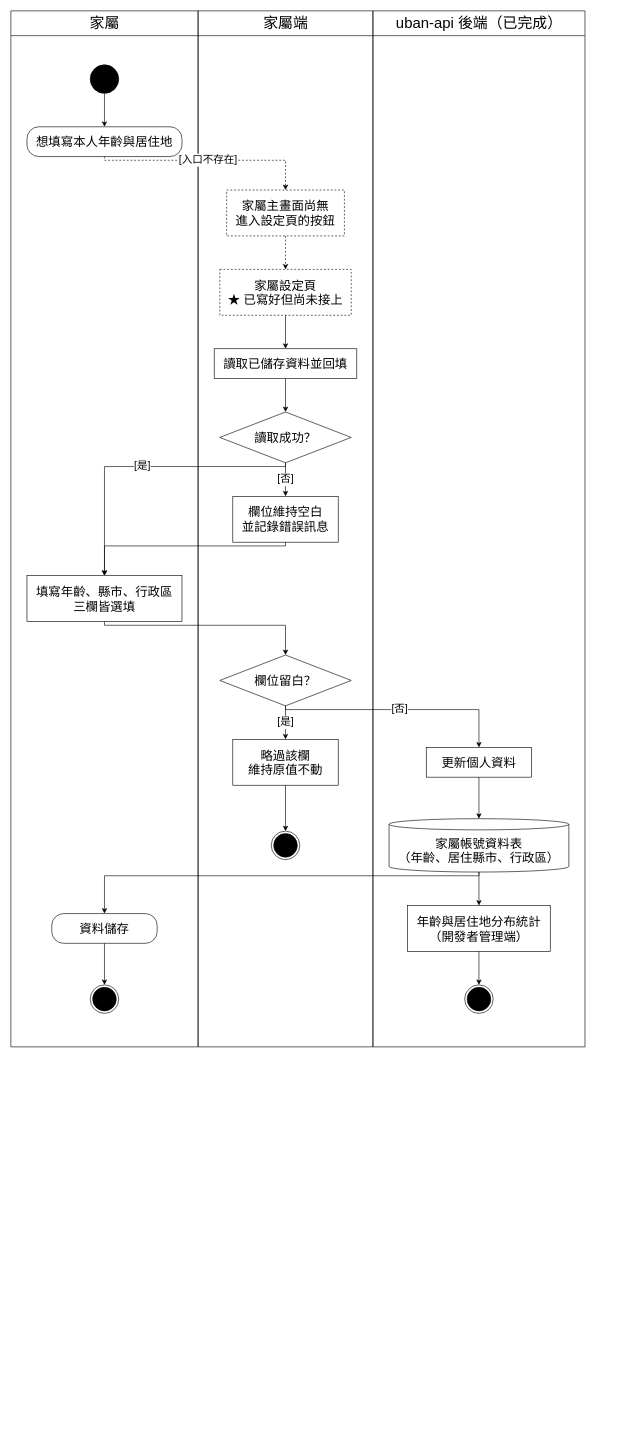
HuangYu-Kai/Uban keeps this draw.io diagram as Uban System Documents/drawio圖/A22-個人資料（家屬）.drawio. Above is the earlier version. Source tidied: cells renumbered, new cells numbered last; positions are measured from the earlier drawing's top-left corner, leaving out a move shared by most shapes. Both pictures are drawn from the tidied source at 62%, with x=0, y=0 at pixel (11, 11).
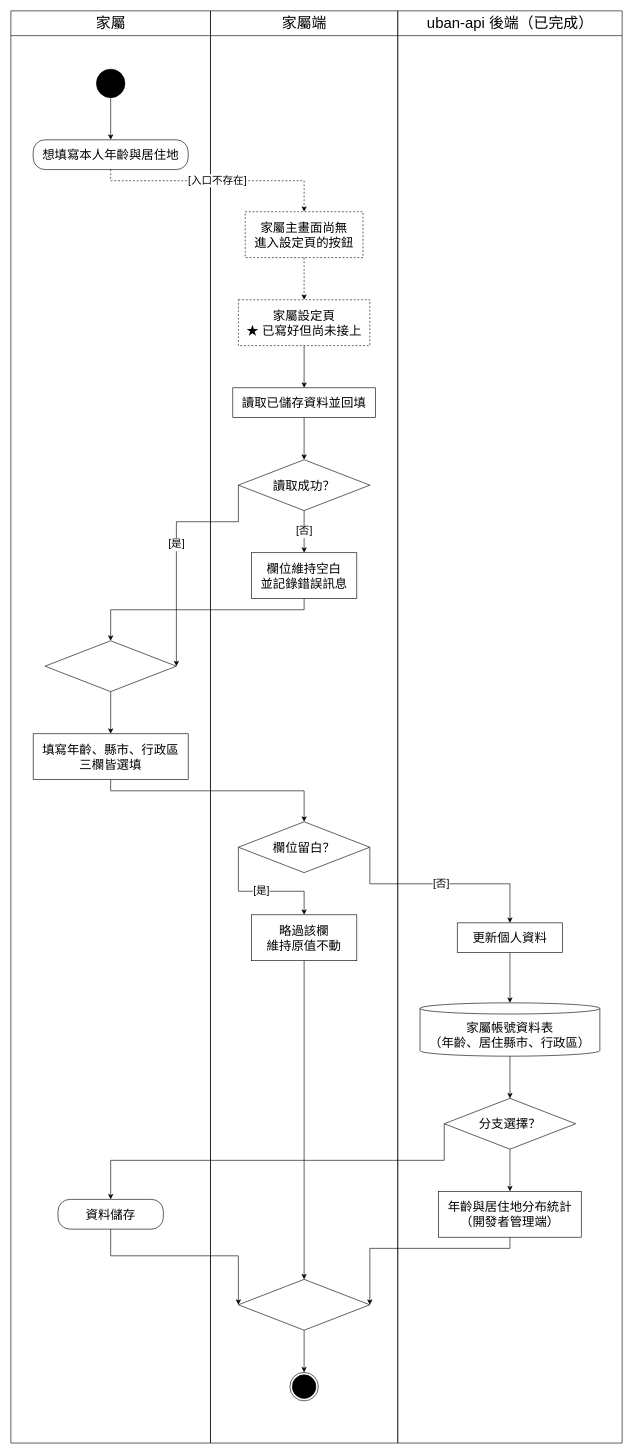
After the change.

What changed in the source:
```diff
@@
     <mxCell id="2" value="家屬" style="swimlane;html=1;horizontal=1;startSize=40;fillColor=none;strokeColor=#000000;fontSize=24;fontColor=#000000;fontStyle=0;swimlaneFillColor=none;" parent="1" vertex="1">
-      <mxGeometry width="302" height="1671" as="geometry" />
+      <mxGeometry width="322" height="2310" as="geometry" />
     </mxCell>
     <mxCell id="3" value="家屬端" style="swimlane;html=1;horizontal=1;startSize=40;fillColor=none;strokeColor=#000000;fontSize=24;fontColor=#000000;fontStyle=0;swimlaneFillColor=none;" parent="1" vertex="1">
-      <mxGeometry x="302" width="282" height="1671" as="geometry" />
+      <mxGeometry x="322" width="302" height="2310" as="geometry" />
     </mxCell>
     <mxCell id="4" value="uban-api 後端（已完成）" style="swimlane;html=1;horizontal=1;startSize=40;fillColor=none;strokeColor=#000000;fontSize=24;fontColor=#000000;fontStyle=0;swimlaneFillColor=none;" parent="1" vertex="1">
-      <mxGeometry x="584" width="342" height="1671" as="geometry" />
+      <mxGeometry x="624" width="362" height="2310" as="geometry" />
     </mxCell>
     <mxCell id="5" style="ellipse;html=1;fillColor=#000000;strokeColor=#000000;" parent="2" vertex="1">
-      <mxGeometry x="128" y="87" width="46" height="46" as="geometry" />
+      <mxGeometry x="138" y="94" width="46" height="46" as="geometry" />
     </mxCell>
     <mxCell id="6" value="想填寫本人年齡與居住地" style="rounded=1;arcSize=40;whiteSpace=wrap;html=1;fillColor=#FFFFFF;strokeColor=#000000;fontSize=20;fontColor=#000000;" parent="2" vertex="1">
-      <mxGeometry x="26" y="187" width="250" height="48" as="geometry" />
+      <mxGeometry x="36" y="208" width="250" height="48" as="geometry" />
     </mxCell>
     <mxCell id="7" value="填寫年齡、縣市、行政區&lt;br&gt;三欄皆選填" style="rounded=0;whiteSpace=wrap;html=1;fillColor=#FFFFFF;strokeColor=#000000;fontSize=20;fontColor=#000000;" parent="2" vertex="1">
-      <mxGeometry x="26" y="911" width="250" height="74" as="geometry" />
+      <mxGeometry x="36" y="1166" width="250" height="74" as="geometry" />
     </mxCell>
     <mxCell id="8" value="資料儲存" style="rounded=1;arcSize=40;whiteSpace=wrap;html=1;fillColor=#FFFFFF;strokeColor=#000000;fontSize=20;fontColor=#000000;" parent="2" vertex="1">
-      <mxGeometry x="66" y="1456" width="170" height="48" as="geometry" />
+      <mxGeometry x="76" y="1917" width="170" height="48" as="geometry" />
     </mxCell>
-    <mxCell id="9" style="ellipse;html=1;shape=endState;fillColor=#000000;strokeColor=#000000;" parent="2" vertex="1">
-      <mxGeometry x="128" y="1571" width="46" height="46" as="geometry" />
-    </mxCell>
+    <mxCell id="39" style="rhombus;whiteSpace=wrap;html=1;fillColor=#FFFFFF;strokeColor=#000000;fontSize=20;fontColor=#000000;" parent="2" vertex="1">
+      <mxGeometry x="55" y="1016" width="212" height="82" as="geometry" />
+    </mxCell>
     <mxCell id="10" value="家屬主畫面尚無&lt;br&gt;進入設定頁的按鈕" style="rounded=0;whiteSpace=wrap;html=1;fillColor=#FFFFFF;strokeColor=#000000;fontSize=20;fontColor=#000000;dashed=1;" parent="3" vertex="1">
-      <mxGeometry x="46" y="289" width="190" height="74" as="geometry" />
+      <mxGeometry x="56" y="324" width="190" height="74" as="geometry" />
     </mxCell>
     <mxCell id="11" value="家屬設定頁&lt;br&gt;★ 已寫好但尚未接上" style="rounded=0;whiteSpace=wrap;html=1;fillColor=#FFFFFF;strokeColor=#000000;fontSize=20;fontColor=#000000;dashed=1;" parent="3" vertex="1">
-      <mxGeometry x="35" y="417" width="212" height="74" as="geometry" />
+      <mxGeometry x="45" y="466" width="212" height="74" as="geometry" />
     </mxCell>
     <mxCell id="12" value="讀取已儲存資料並回填" style="rounded=0;whiteSpace=wrap;html=1;fillColor=#FFFFFF;strokeColor=#000000;fontSize=20;fontColor=#000000;" parent="3" vertex="1">
-      <mxGeometry x="26" y="545" width="230" height="48" as="geometry" />
+      <mxGeometry x="36" y="608" width="230" height="48" as="geometry" />
     </mxCell>
     <mxCell id="13" value="讀取成功？" style="rhombus;whiteSpace=wrap;html=1;fillColor=#FFFFFF;strokeColor=#000000;fontSize=20;fontColor=#000000;" parent="3" vertex="1">
-      <mxGeometry x="35" y="647" width="212" height="82" as="geometry" />
+      <mxGeometry x="45" y="724" width="212" height="82" as="geometry" />
     </mxCell>
     <mxCell id="14" value="欄位維持空白&lt;br&gt;並記錄錯誤訊息" style="rounded=0;whiteSpace=wrap;html=1;fillColor=#FFFFFF;strokeColor=#000000;fontSize=20;fontColor=#000000;" parent="3" vertex="1">
-      <mxGeometry x="56" y="783" width="170" height="74" as="geometry" />
+      <mxGeometry x="66" y="874" width="170" height="74" as="geometry" />
     </mxCell>
     <mxCell id="15" value="欄位留白？" style="rhombus;whiteSpace=wrap;html=1;fillColor=#FFFFFF;strokeColor=#000000;fontSize=20;fontColor=#000000;" parent="3" vertex="1">
-      <mxGeometry x="35" y="1039" width="212" height="82" as="geometry" />
+      <mxGeometry x="45" y="1308" width="212" height="82" as="geometry" />
     </mxCell>
     <mxCell id="16" value="略過該欄&lt;br&gt;維持原值不動" style="rounded=0;whiteSpace=wrap;html=1;fillColor=#FFFFFF;strokeColor=#000000;fontSize=20;fontColor=#000000;" parent="3" vertex="1">
-      <mxGeometry x="56" y="1175" width="170" height="74" as="geometry" />
+      <mxGeometry x="66" y="1458" width="170" height="74" as="geometry" />
     </mxCell>
-    <mxCell id="17" style="ellipse;html=1;shape=endState;fillColor=#000000;strokeColor=#000000;" parent="3" vertex="1">
-      <mxGeometry x="118" y="1323" width="46" height="46" as="geometry" />
-    </mxCell>
+    <mxCell id="40" style="rhombus;whiteSpace=wrap;html=1;fillColor=#FFFFFF;strokeColor=#000000;fontSize=20;fontColor=#000000;" parent="3" vertex="1">
+      <mxGeometry x="45" y="2046" width="212" height="82" as="geometry" />
+    </mxCell>
+    <mxCell id="41" style="ellipse;html=1;shape=endState;fillColor=#000000;strokeColor=#000000;" parent="3" vertex="1">
+      <mxGeometry x="128" y="2196" width="46" height="46" as="geometry" />
+    </mxCell>
     <mxCell id="18" value="更新個人資料" style="rounded=0;whiteSpace=wrap;html=1;fillColor=#FFFFFF;strokeColor=#000000;fontSize=20;fontColor=#000000;" parent="4" vertex="1">
-      <mxGeometry x="86" y="1188" width="170" height="48" as="geometry" />
+      <mxGeometry x="96" y="1471" width="170" height="48" as="geometry" />
     </mxCell>
     <mxCell id="19" value="家屬帳號資料表&lt;br&gt;（年齡、居住縣市、行政區）" style="shape=cylinder3;boundedLbl=1;backgroundOutline=1;size=9;whiteSpace=wrap;html=1;fillColor=#FFFFFF;strokeColor=#000000;fontSize=20;fontColor=#000000;" parent="4" vertex="1">
-      <mxGeometry x="26" y="1303" width="290" height="86" as="geometry" />
+      <mxGeometry x="36" y="1600" width="290" height="86" as="geometry" />
     </mxCell>
     <mxCell id="20" value="年齡與居住地分布統計&lt;br&gt;（開發者管理端）" style="rounded=0;whiteSpace=wrap;html=1;fillColor=#FFFFFF;strokeColor=#000000;fontSize=20;fontColor=#000000;" parent="4" vertex="1">
-      <mxGeometry x="56" y="1443" width="230" height="74" as="geometry" />
+      <mxGeometry x="66" y="1904" width="230" height="74" as="geometry" />
     </mxCell>
-    <mxCell id="21" style="ellipse;html=1;shape=endState;fillColor=#000000;strokeColor=#000000;" parent="4" vertex="1">
-      <mxGeometry x="148" y="1571" width="46" height="46" as="geometry" />
-    </mxCell>
+    <mxCell id="42" value="分支選擇？" style="rhombus;whiteSpace=wrap;html=1;fillColor=#FFFFFF;strokeColor=#000000;fontSize=20;fontColor=#000000;" parent="4" vertex="1">
+      <mxGeometry x="75" y="1754" width="212" height="82" as="geometry" />
+    </mxCell>
@@
     <mxCell id="23" value="[入口不存在]" style="edgeStyle=none;rounded=0;html=1;strokeColor=#000000;fontSize=17;fontColor=#000000;labelBackgroundColor=#FFFFFF;endArrow=classic;endFill=1;exitPerimeter=0;entryPerimeter=0;dashed=1;exitX=0.5;exitY=1;exitDx=0;exitDy=0;entryX=0.5;entryY=0;entryDx=0;entryDy=0;" parent="1" edge="1" source="6" target="10">
       <mxGeometry relative="1" as="geometry">
         <Array as="points">
-          <mxPoint x="151" y="241" />
-          <mxPoint x="443" y="241" />
+          <mxPoint x="161" y="274" />
+          <mxPoint x="473" y="274" />
         </Array>
       </mxGeometry>
     </mxCell>
@@
-    <mxCell id="28" style="edgeStyle=none;rounded=0;html=1;strokeColor=#000000;fontSize=17;fontColor=#000000;labelBackgroundColor=#FFFFFF;endArrow=classic;endFill=1;exitPerimeter=0;entryPerimeter=0;exitX=0.5;exitY=1;exitDx=0;exitDy=0;entryX=0.5;entryY=0;entryDx=0;entryDy=0;" parent="1" edge="1" source="14" target="7">
+    <mxCell id="28" style="edgeStyle=none;rounded=0;html=1;strokeColor=#000000;fontSize=17;fontColor=#000000;labelBackgroundColor=#FFFFFF;endArrow=classic;endFill=1;exitPerimeter=0;entryPerimeter=0;exitX=0.5;exitY=1;exitDx=0;exitDy=0;entryX=0.5;entryY=0;entryDx=0;entryDy=0;" parent="1" edge="1" source="14" target="39">
       <mxGeometry relative="1" as="geometry">
         <Array as="points">
-          <mxPoint x="443" y="863" />
-          <mxPoint x="151" y="863" />
+          <mxPoint x="473" y="966" />
+          <mxPoint x="161" y="966" />
         </Array>
       </mxGeometry>
     </mxCell>
-    <mxCell id="29" value="[是]" style="edgeStyle=none;rounded=0;html=1;strokeColor=#000000;fontSize=17;fontColor=#000000;labelBackgroundColor=#FFFFFF;endArrow=classic;endFill=1;exitPerimeter=0;entryPerimeter=0;exitX=0.5;exitY=1;exitDx=0;exitDy=0;entryX=0.5;entryY=0;entryDx=0;entryDy=0;" parent="1" edge="1" source="13" target="7">
+    <mxCell id="29" value="[是]" style="edgeStyle=none;rounded=0;html=1;strokeColor=#000000;fontSize=17;fontColor=#000000;labelBackgroundColor=#FFFFFF;endArrow=classic;endFill=1;exitPerimeter=0;entryPerimeter=0;exitX=0;exitY=0.5;exitDx=0;exitDy=0;entryX=1;entryY=0.5;entryDx=0;entryDy=0;" parent="1" edge="1" source="13" target="39">
       <mxGeometry relative="1" as="geometry">
         <Array as="points">
-          <mxPoint x="443" y="735" />
-          <mxPoint x="151" y="735" />
+          <mxPoint x="367" y="824" />
+          <mxPoint x="267" y="824" />
         </Array>
       </mxGeometry>
     </mxCell>
     <mxCell id="30" style="edgeStyle=none;rounded=0;html=1;strokeColor=#000000;fontSize=17;fontColor=#000000;labelBackgroundColor=#FFFFFF;endArrow=classic;endFill=1;exitPerimeter=0;entryPerimeter=0;exitX=0.5;exitY=1;exitDx=0;exitDy=0;entryX=0.5;entryY=0;entryDx=0;entryDy=0;" parent="1" edge="1" source="7" target="15">
       <mxGeometry relative="1" as="geometry">
         <Array as="points">
-          <mxPoint x="151" y="991" />
-          <mxPoint x="443" y="991" />
+          <mxPoint x="161" y="1258" />
+          <mxPoint x="473" y="1258" />
         </Array>
       </mxGeometry>
     </mxCell>
-    <mxCell id="31" value="[是]" style="edgeStyle=none;rounded=0;html=1;strokeColor=#000000;fontSize=17;fontColor=#000000;labelBackgroundColor=#FFFFFF;endArrow=classic;endFill=1;exitPerimeter=0;entryPerimeter=0;exitX=0.5;exitY=1;exitDx=0;exitDy=0;entryX=0.5;entryY=0;entryDx=0;entryDy=0;" parent="1" edge="1" source="15" target="16">
-      <mxGeometry relative="1" as="geometry" />
+    <mxCell id="31" value="[是]" style="edgeStyle=none;rounded=0;html=1;strokeColor=#000000;fontSize=17;fontColor=#000000;labelBackgroundColor=#FFFFFF;endArrow=classic;endFill=1;exitPerimeter=0;entryPerimeter=0;exitX=0;exitY=0.5;exitDx=0;exitDy=0;entryX=0.5;entryY=0;entryDx=0;entryDy=0;" parent="1" edge="1" source="15" target="16">
+      <mxGeometry relative="1" as="geometry">
+        <Array as="points">
+          <mxPoint x="367" y="1420" />
+          <mxPoint x="473" y="1420" />
+        </Array>
+      </mxGeometry>
     </mxCell>
-    <mxCell id="32" value="[否]" style="edgeStyle=none;rounded=0;html=1;strokeColor=#000000;fontSize=17;fontColor=#000000;labelBackgroundColor=#FFFFFF;endArrow=classic;endFill=1;exitPerimeter=0;entryPerimeter=0;exitX=0.5;exitY=1;exitDx=0;exitDy=0;entryX=0.5;entryY=0;entryDx=0;entryDy=0;" parent="1" edge="1" source="15" target="18">
+    <mxCell id="32" value="[否]" style="edgeStyle=none;rounded=0;html=1;strokeColor=#000000;fontSize=17;fontColor=#000000;labelBackgroundColor=#FFFFFF;endArrow=classic;endFill=1;exitPerimeter=0;entryPerimeter=0;exitX=1;exitY=0.5;exitDx=0;exitDy=0;entryX=0.5;entryY=0;entryDx=0;entryDy=0;" parent="1" edge="1" source="15" target="18">
       <mxGeometry relative="1" as="geometry">
         <Array as="points">
-          <mxPoint x="443" y="1127" />
-          <mxPoint x="755" y="1127" />
+          <mxPoint x="579" y="1408" />
+          <mxPoint x="805" y="1408" />
         </Array>
       </mxGeometry>
     </mxCell>
@@
-    <mxCell id="34" style="edgeStyle=none;rounded=0;html=1;strokeColor=#000000;fontSize=17;fontColor=#000000;labelBackgroundColor=#FFFFFF;endArrow=classic;endFill=1;exitPerimeter=0;entryPerimeter=0;exitX=0.5;exitY=1;exitDx=0;exitDy=0;entryX=0.5;entryY=0;entryDx=0;entryDy=0;" parent="1" edge="1" source="19" target="8">
+    <mxCell id="34" style="edgeStyle=none;rounded=0;html=1;strokeColor=#000000;fontSize=17;fontColor=#000000;labelBackgroundColor=#FFFFFF;endArrow=classic;endFill=1;exitPerimeter=0;entryPerimeter=0;exitX=0;exitY=0.5;exitDx=0;exitDy=0;entryX=0.5;entryY=0;entryDx=0;entryDy=0;" parent="1" edge="1" source="42" target="8">
       <mxGeometry relative="1" as="geometry">
         <Array as="points">
-          <mxPoint x="755" y="1395" />
-          <mxPoint x="151" y="1395" />
+          <mxPoint x="699" y="1854" />
+          <mxPoint x="161" y="1854" />
         </Array>
       </mxGeometry>
     </mxCell>
-    <mxCell id="35" style="edgeStyle=none;rounded=0;html=1;strokeColor=#000000;fontSize=17;fontColor=#000000;labelBackgroundColor=#FFFFFF;endArrow=classic;endFill=1;exitPerimeter=0;entryPerimeter=0;exitX=0.5;exitY=1;exitDx=0;exitDy=0;entryX=0.5;entryY=0;entryDx=0;entryDy=0;" parent="1" edge="1" source="19" target="20">
+    <mxCell id="35" style="edgeStyle=none;rounded=0;html=1;strokeColor=#000000;fontSize=17;fontColor=#000000;labelBackgroundColor=#FFFFFF;endArrow=classic;endFill=1;exitPerimeter=0;entryPerimeter=0;exitX=0.5;exitY=1;exitDx=0;exitDy=0;entryX=0.5;entryY=0;entryDx=0;entryDy=0;" parent="1" edge="1" source="42" target="20">
       <mxGeometry relative="1" as="geometry" />
     </mxCell>
-    <mxCell id="36" style="edgeStyle=none;rounded=0;html=1;strokeColor=#000000;fontSize=17;fontColor=#000000;labelBackgroundColor=#FFFFFF;endArrow=classic;endFill=1;exitPerimeter=0;entryPerimeter=0;exitX=0.5;exitY=1;exitDx=0;exitDy=0;entryX=0.5;entryY=0;entryDx=0;entryDy=0;" parent="1" edge="1" source="8" target="9">
-      <mxGeometry relative="1" as="geometry" />
+    <mxCell id="36" style="edgeStyle=none;rounded=0;html=1;strokeColor=#000000;fontSize=17;fontColor=#000000;labelBackgroundColor=#FFFFFF;endArrow=classic;endFill=1;exitPerimeter=0;entryPerimeter=0;exitX=0.5;exitY=1;exitDx=0;exitDy=0;entryX=0;entryY=0.5;entryDx=0;entryDy=0;" parent="1" edge="1" source="8" target="40">
+      <mxGeometry relative="1" as="geometry">
+        <Array as="points">
+          <mxPoint x="161" y="2008" />
+          <mxPoint x="367" y="2008" />
+        </Array>
+      </mxGeometry>
     </mxCell>
-    <mxCell id="37" style="edgeStyle=none;rounded=0;html=1;strokeColor=#000000;fontSize=17;fontColor=#000000;labelBackgroundColor=#FFFFFF;endArrow=classic;endFill=1;exitPerimeter=0;entryPerimeter=0;exitX=0.5;exitY=1;exitDx=0;exitDy=0;entryX=0.5;entryY=0;entryDx=0;entryDy=0;" parent="1" edge="1" source="16" target="17">
+    <mxCell id="37" style="edgeStyle=none;rounded=0;html=1;strokeColor=#000000;fontSize=17;fontColor=#000000;labelBackgroundColor=#FFFFFF;endArrow=classic;endFill=1;exitPerimeter=0;entryPerimeter=0;exitX=0.5;exitY=1;exitDx=0;exitDy=0;entryX=0.5;entryY=0;entryDx=0;entryDy=0;" parent="1" edge="1" source="16" target="40">
       <mxGeometry relative="1" as="geometry" />
     </mxCell>
-    <mxCell id="38" style="edgeStyle=none;rounded=0;html=1;strokeColor=#000000;fontSize=17;fontColor=#000000;labelBackgroundColor=#FFFFFF;endArrow=classic;endFill=1;exitPerimeter=0;entryPerimeter=0;exitX=0.5;exitY=1;exitDx=0;exitDy=0;entryX=0.5;entryY=0;entryDx=0;entryDy=0;" parent="1" edge="1" source="20" target="21">
-      <mxGeometry relative="1" as="geometry" />
+    <mxCell id="38" style="edgeStyle=none;rounded=0;html=1;strokeColor=#000000;fontSize=17;fontColor=#000000;labelBackgroundColor=#FFFFFF;endArrow=classic;endFill=1;exitPerimeter=0;entryPerimeter=0;exitX=0.5;exitY=1;exitDx=0;exitDy=0;entryX=1;entryY=0.5;entryDx=0;entryDy=0;" parent="1" edge="1" source="20" target="40">
+      <mxGeometry relative="1" as="geometry">
+        <Array as="points">
+          <mxPoint x="805" y="1996" />
+          <mxPoint x="579" y="1996" />
+        </Array>
+      </mxGeometry>
     </mxCell>
+    <mxCell id="43" style="edgeStyle=none;rounded=0;html=1;strokeColor=#000000;fontSize=17;fontColor=#000000;labelBackgroundColor=#FFFFFF;endArrow=classic;endFill=1;exitPerimeter=0;entryPerimeter=0;exitX=0.5;exitY=1;exitDx=0;exitDy=0;entryX=0.5;entryY=0;entryDx=0;entryDy=0;" parent="1" edge="1" source="19" target="42">
+      <mxGeometry relative="1" as="geometry" />
+    </mxCell>
+    <mxCell id="44" style="edgeStyle=none;rounded=0;html=1;strokeColor=#000000;fontSize=17;fontColor=#000000;labelBackgroundColor=#FFFFFF;endArrow=classic;endFill=1;exitPerimeter=0;entryPerimeter=0;exitX=0.5;exitY=1;exitDx=0;exitDy=0;entryX=0.5;entryY=0;entryDx=0;entryDy=0;" parent="1" edge="1" source="39" target="7">
+      <mxGeometry relative="1" as="geometry" />
+    </mxCell>
+    <mxCell id="45" style="edgeStyle=none;rounded=0;html=1;strokeColor=#000000;fontSize=17;fontColor=#000000;labelBackgroundColor=#FFFFFF;endArrow=classic;endFill=1;exitPerimeter=0;entryPerimeter=0;exitX=0.5;exitY=1;exitDx=0;exitDy=0;entryX=0.5;entryY=0;entryDx=0;entryDy=0;" parent="1" edge="1" source="40" target="41">
+      <mxGeometry relative="1" as="geometry" />
+    </mxCell>
```
